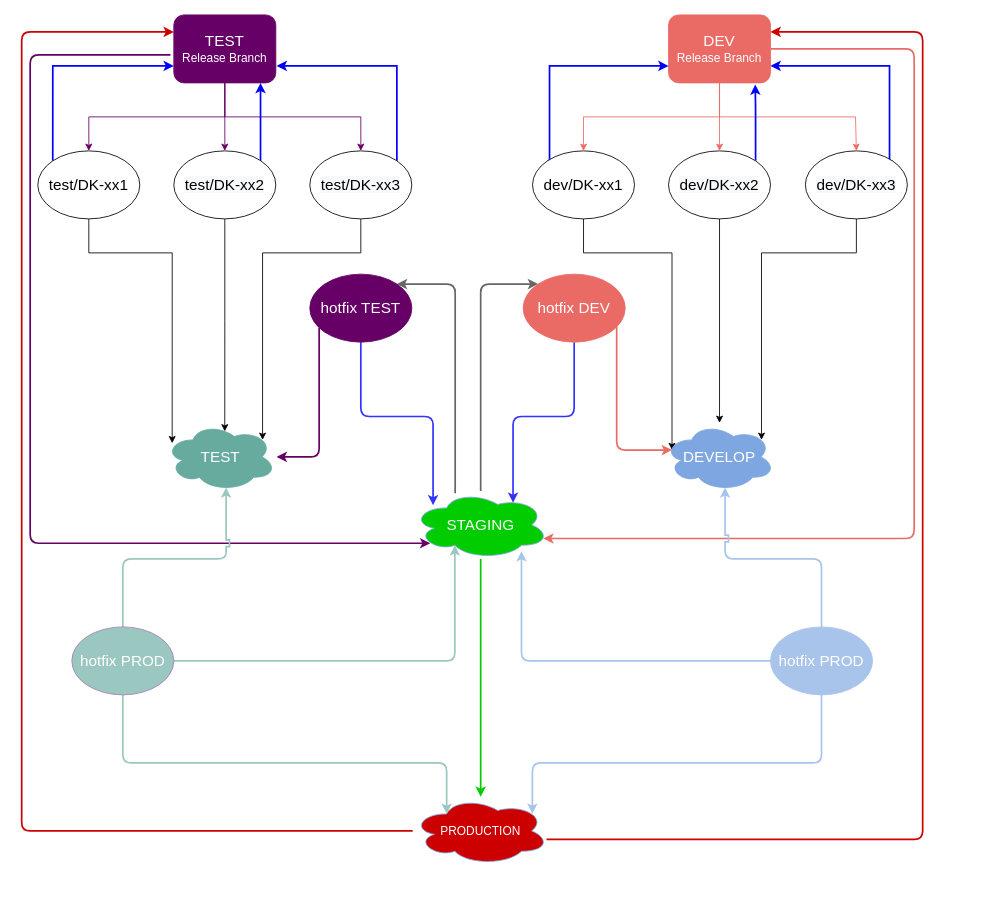
This is Untitled Diagram.drawio from Yangsou/blogNT, a draw.io file, before an edit. Source tidied: cells renumbered, new cells numbered last; positions are measured from the earlier drawing's top-left corner, leaving out a move shared by most shapes. Both pictures are drawn from the tidied source at 85%, with x=0, y=0 at pixel (21, 14).
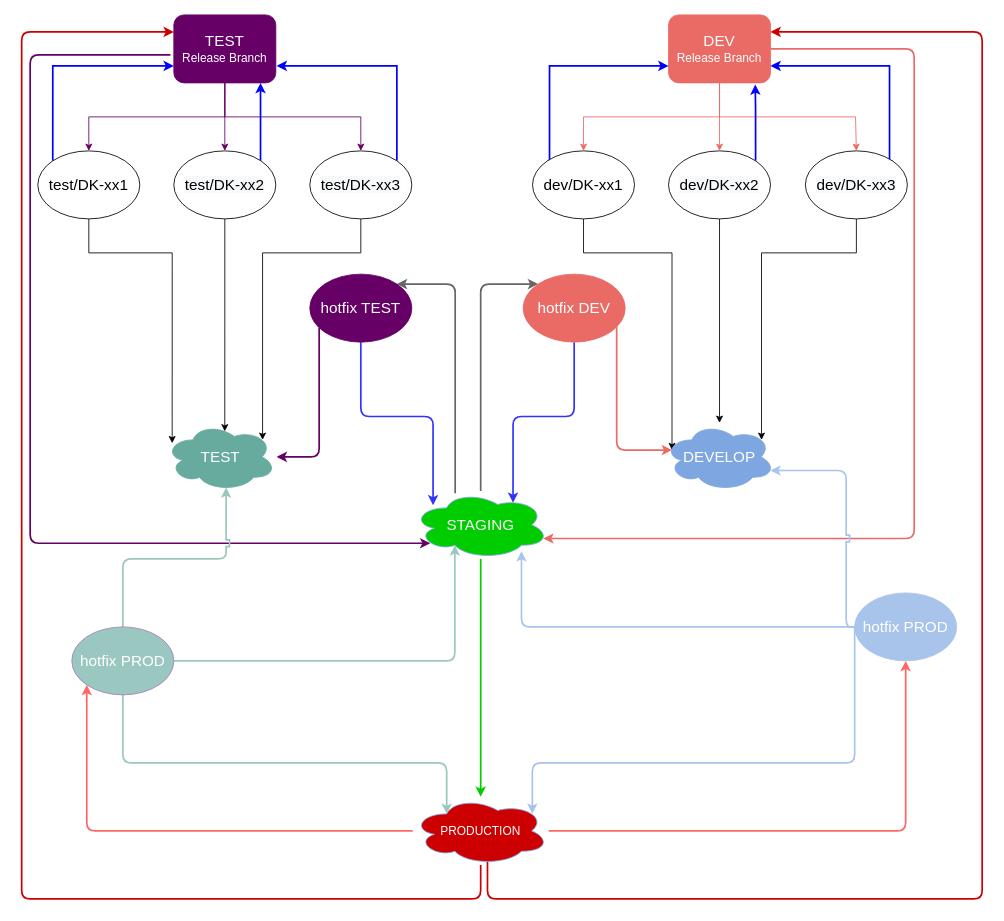
The same diagram, later.

Commit message:
DK-FE-Git-Flow

The change refers to these unchanged cells:
```xml
<mxCell id="5" value="&lt;font color=&quot;#ffffff&quot;&gt;&lt;span style=&quot;font-size: 18px&quot;&gt;DEV&lt;/span&gt;&lt;br&gt;&lt;font style=&quot;font-size: 14px&quot;&gt;Release Branch&lt;/font&gt;&lt;/font&gt;" style="rounded=1;whiteSpace=wrap;html=1;fillColor=#EA6B66;strokeColor=#EA6B66;" parent="1" vertex="1">
  <mxGeometry x="761" width="120" height="80" as="geometry" />
</mxCell>
<mxCell id="9" value="&lt;font color=&quot;#ffffff&quot;&gt;&lt;font&gt;&lt;span style=&quot;font-size: 18px&quot;&gt;TEST&lt;br&gt;&lt;/span&gt;&lt;/font&gt;&lt;font style=&quot;font-size: 14px&quot;&gt;Release Branch&lt;/font&gt;&lt;/font&gt;" style="rounded=1;whiteSpace=wrap;html=1;fillColor=#660066;strokeColor=#660066;" parent="1" vertex="1">
  <mxGeometry x="179" width="120" height="80" as="geometry" />
</mxCell>
<mxCell id="31" value="&lt;font color=&quot;#ffffff&quot;&gt;&lt;span style=&quot;font-size: 18px&quot;&gt;DEVELOP&lt;/span&gt;&lt;/font&gt;" style="ellipse;shape=cloud;whiteSpace=wrap;html=1;fillColor=#7EA6E0;strokeColor=#7EA6E0;" parent="1" vertex="1">
  <mxGeometry x="756" y="480" width="130" height="80" as="geometry" />
</mxCell>
<mxCell id="38" value="&lt;font style=&quot;font-size: 14px&quot; color=&quot;#ffffff&quot;&gt;PRODUCTION&lt;/font&gt;" style="ellipse;shape=cloud;whiteSpace=wrap;html=1;strokeColor=#7EA6E0;fillColor=#CC0000;" parent="1" vertex="1">
  <mxGeometry x="460" y="920" width="160" height="80" as="geometry" />
</mxCell>
<mxCell id="48" value="&lt;font style=&quot;font-size: 18px&quot; color=&quot;#ffffff&quot;&gt;hotfix PROD&lt;/font&gt;" style="ellipse;whiteSpace=wrap;html=1;strokeColor=#A680B8;fillColor=#9AC7BF;" parent="1" vertex="1">
  <mxGeometry x="59" y="720" width="120" height="80" as="geometry" />
</mxCell>
```

Change to the diagram source:
```diff
@@
-    <mxCell id="36" style="edgeStyle=orthogonalEdgeStyle;rounded=1;jumpStyle=sharp;jettySize=auto;html=1;entryX=1;entryY=0.25;entryDx=0;entryDy=0;strokeWidth=2;fillColor=#0000CC;strokeColor=#CC0000;" parent="1" edge="1" source="38" target="5">
+    <mxCell id="36" style="edgeStyle=orthogonalEdgeStyle;rounded=1;jumpStyle=sharp;jettySize=auto;html=1;entryX=1;entryY=0.25;entryDx=0;entryDy=0;strokeWidth=2;fillColor=#0000CC;strokeColor=#CC0000;exitX=0.55;exitY=0.95;exitDx=0;exitDy=0;exitPerimeter=0;" parent="1" edge="1" source="38" target="5">
       <mxGeometry relative="1" as="geometry">
         <Array as="points">
-          <mxPoint x="1060" y="970" />
-          <mxPoint x="1060" y="20" />
+          <mxPoint x="548" y="1040" />
+          <mxPoint x="1130" y="1040" />
+          <mxPoint x="1130" y="20" />
         </Array>
       </mxGeometry>
     </mxCell>
     <mxCell id="37" style="edgeStyle=orthogonalEdgeStyle;rounded=1;jumpStyle=sharp;jettySize=auto;html=1;strokeWidth=2;fillColor=#0000CC;entryX=0;entryY=0.25;entryDx=0;entryDy=0;strokeColor=#CC0000;" parent="1" edge="1" source="38" target="9">
       <mxGeometry relative="1" as="geometry">
         <Array as="points">
-          <mxPoint y="960" />
+          <mxPoint x="540" y="1040" />
+          <mxPoint y="1040" />
           <mxPoint y="20" />
         </Array>
       </mxGeometry>
     </mxCell>
+    <mxCell id="53" style="edgeStyle=orthogonalEdgeStyle;rounded=1;jumpStyle=sharp;jettySize=auto;html=1;entryX=0.5;entryY=1;entryDx=0;entryDy=0;strokeWidth=2;fillColor=#0000CC;strokeColor=#FF6666;" parent="1" edge="1" source="38" target="52">
+      <mxGeometry relative="1" as="geometry" />
+    </mxCell>
+    <mxCell id="54" style="edgeStyle=orthogonalEdgeStyle;rounded=1;jumpStyle=sharp;jettySize=auto;html=1;entryX=0;entryY=1;entryDx=0;entryDy=0;strokeWidth=2;fillColor=#0000CC;strokeColor=#FF6666;" parent="1" edge="1" source="38" target="48">
+      <mxGeometry relative="1" as="geometry" />
+    </mxCell>
@@
-    <mxCell id="49" style="edgeStyle=orthogonalEdgeStyle;rounded=1;jumpStyle=sharp;jettySize=auto;html=1;entryX=0.55;entryY=0.95;entryDx=0;entryDy=0;entryPerimeter=0;strokeWidth=2;fillColor=#0000CC;strokeColor=#A9C4EB;" parent="1" edge="1" source="52" target="31">
-      <mxGeometry relative="1" as="geometry" />
+    <mxCell id="49" style="edgeStyle=orthogonalEdgeStyle;rounded=1;jumpStyle=sharp;jettySize=auto;html=1;entryX=0.96;entryY=0.7;entryDx=0;entryDy=0;entryPerimeter=0;strokeWidth=2;fillColor=#0000CC;strokeColor=#A9C4EB;" parent="1" edge="1" source="52" target="31">
+      <mxGeometry relative="1" as="geometry">
+        <Array as="points">
+          <mxPoint x="970" y="720" />
+          <mxPoint x="970" y="536" />
+        </Array>
+      </mxGeometry>
     </mxCell>
@@
     <mxCell id="51" style="edgeStyle=orthogonalEdgeStyle;rounded=1;jumpStyle=sharp;jettySize=auto;html=1;entryX=0.88;entryY=0.25;entryDx=0;entryDy=0;entryPerimeter=0;strokeColor=#A9C4EB;strokeWidth=2;fillColor=#0000CC;" parent="1" edge="1" source="52" target="38">
       <mxGeometry relative="1" as="geometry">
         <Array as="points">
-          <mxPoint x="941" y="880" />
+          <mxPoint x="980" y="880" />
           <mxPoint x="601" y="880" />
         </Array>
       </mxGeometry>
     </mxCell>
     <mxCell id="52" value="&lt;span style=&quot;color: rgb(255 , 255 , 255) ; font-size: 18px&quot;&gt;hotfix PROD&lt;/span&gt;" style="ellipse;whiteSpace=wrap;html=1;strokeColor=#A9C4EB;fillColor=#A9C4EB;" parent="1" vertex="1">
-      <mxGeometry x="881" y="720" width="120" height="80" as="geometry" />
+      <mxGeometry x="980" y="680" width="120" height="80" as="geometry" />
     </mxCell>
```
